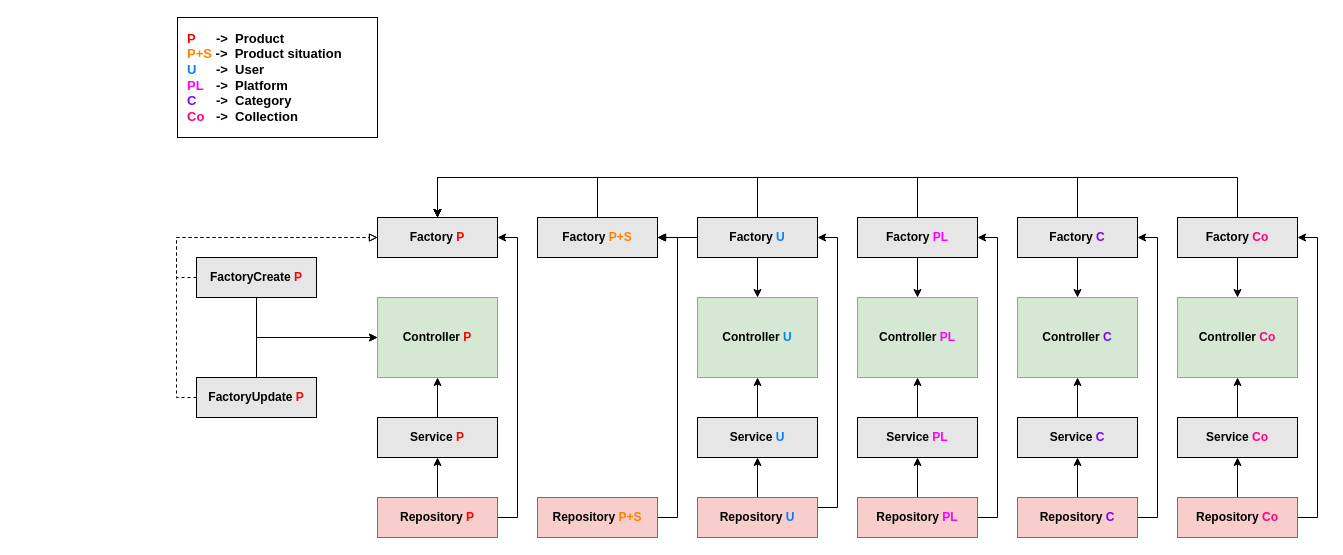
The draw.io diagram src/main/resources/warehouse.drawio in Rafael24595/java-warehouse-rest, before the edit. Source tidied: cells renumbered, new cells numbered last; positions are measured from the earlier drawing's top-left corner, leaving out a move shared by most shapes. Both pictures are drawn from the tidied source at 100%, with x=0, y=0 at pixel (176, 17).
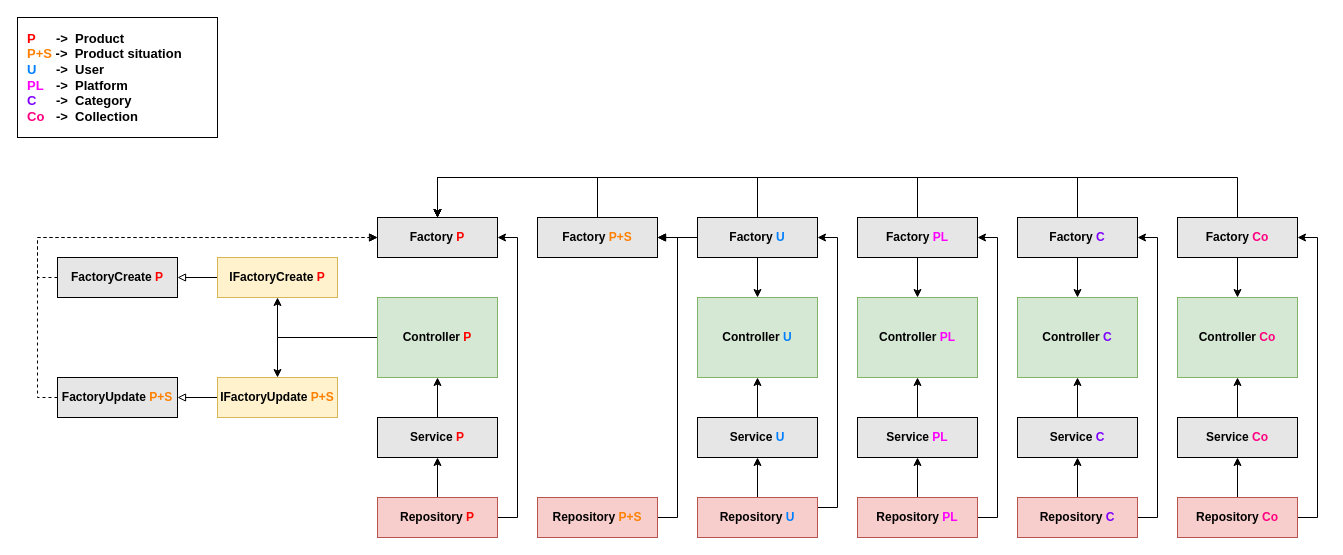
Above is the later version.

Unchanged cells that the change refers to:
```xml
<mxCell id="44" value="Factory &lt;font color=&quot;#ff0000&quot;&gt;P&lt;/font&gt;" style="rounded=0;whiteSpace=wrap;html=1;fontStyle=1;fillColor=#E6E6E6;" parent="1" vertex="1">
  <mxGeometry x="201" y="200" width="120" height="40" as="geometry" />
</mxCell>
<mxCell id="48" value="&lt;span style=&quot;&quot;&gt;Controller &lt;font style=&quot;font-size: 12px;&quot; color=&quot;#ff0000&quot;&gt;P&lt;/font&gt;&lt;/span&gt;" style="rounded=0;whiteSpace=wrap;html=1;fontStyle=1;shadow=0;glass=0;sketch=0;fillStyle=auto;fillColor=#d5e8d4;strokeColor=#82b366;" parent="1" vertex="1">
  <mxGeometry x="201" y="280" width="120" height="80" as="geometry" />
</mxCell>
```

The edit, as a diff of the source:
```diff
@@
     <mxCell id="16" value="&lt;font color=&quot;#ff0000&quot;&gt;P&lt;/font&gt; &lt;span style=&quot;white-space: pre;&quot;&gt;&#9;&lt;/span&gt;-&amp;gt;&amp;nbsp; Product&lt;br style=&quot;&quot;&gt;&lt;font color=&quot;#ff8000&quot;&gt;P+S&lt;/font&gt; -&amp;gt;&amp;nbsp; Product situation&lt;br style=&quot;&quot;&gt;&lt;font color=&quot;#007fff&quot;&gt;U&lt;/font&gt; &lt;span style=&quot;white-space: pre;&quot;&gt;&#9;&lt;/span&gt;-&amp;gt;&amp;nbsp; User&lt;br style=&quot;&quot;&gt;&lt;font color=&quot;#ff00ff&quot;&gt;PL&lt;/font&gt; &lt;span style=&quot;white-space: pre;&quot;&gt;&#9;&lt;/span&gt;-&amp;gt;&amp;nbsp; Platform&lt;br style=&quot;&quot;&gt;&lt;div style=&quot;&quot;&gt;&lt;span style=&quot;background-color: initial;&quot;&gt;&lt;font color=&quot;#7f00ff&quot;&gt;C&lt;/font&gt; &lt;span style=&quot;white-space: pre;&quot;&gt;&#9;&lt;/span&gt;-&amp;gt;&amp;nbsp; Category&lt;/span&gt;&lt;/div&gt;&lt;div style=&quot;&quot;&gt;&lt;span style=&quot;background-color: initial;&quot;&gt;&lt;font color=&quot;#ff0080&quot;&gt;Co&lt;/font&gt;&lt;span style=&quot;white-space: pre;&quot;&gt;&#9;&lt;/span&gt;-&amp;gt;&amp;nbsp; Collection&lt;/span&gt;&lt;/div&gt;" style="rounded=0;whiteSpace=wrap;html=1;fontSize=13;align=left;fontStyle=1;spacing=10;" parent="1" vertex="1">
-      <mxGeometry x="1" width="200" height="120" as="geometry" />
+      <mxGeometry x="-159" width="200" height="120" as="geometry" />
     </mxCell>
@@
-    <mxCell id="45" style="edgeStyle=orthogonalEdgeStyle;rounded=0;jettySize=auto;html=1;endArrow=classic;endFill=1;" parent="1" edge="1" source="47" target="48">
-      <mxGeometry relative="1" as="geometry">
-        <Array as="points">
-          <mxPoint x="80" y="320" />
-        </Array>
-      </mxGeometry>
-    </mxCell>
     <mxCell id="46" style="edgeStyle=orthogonalEdgeStyle;rounded=0;jettySize=auto;html=1;entryX=0;entryY=0.5;entryDx=0;entryDy=0;dashed=1;endArrow=block;endFill=0;" parent="1" edge="1" source="47" target="44">
       <mxGeometry relative="1" as="geometry">
         <Array as="points">
-          <mxPoint y="380" />
-          <mxPoint y="220" />
+          <mxPoint x="-139" y="380" />
+          <mxPoint x="-139" y="220" />
         </Array>
       </mxGeometry>
     </mxCell>
-    <mxCell id="47" value="FactoryUpdate&amp;nbsp;&lt;font color=&quot;#ff0000&quot;&gt;P&lt;/font&gt;" style="rounded=0;whiteSpace=wrap;html=1;fontStyle=1;fillColor=#E6E6E6;" parent="1" vertex="1">
-      <mxGeometry x="20" y="360" width="120" height="40" as="geometry" />
+    <mxCell id="47" value="FactoryUpdate&amp;nbsp;&lt;font color=&quot;#ff8000&quot;&gt;P+S&lt;/font&gt;" style="rounded=0;whiteSpace=wrap;html=1;fontStyle=1;fillColor=#E6E6E6;" parent="1" vertex="1">
+      <mxGeometry x="-119" y="360" width="120" height="40" as="geometry" />
     </mxCell>
+    <mxCell id="57" style="edgeStyle=orthogonalEdgeStyle;rounded=0;jettySize=auto;html=1;entryX=0.5;entryY=1;entryDx=0;entryDy=0;fontColor=#FF8000;" parent="1" edge="1" source="48" target="60">
+      <mxGeometry relative="1" as="geometry" />
+    </mxCell>
+    <mxCell id="58" style="edgeStyle=orthogonalEdgeStyle;rounded=0;jettySize=auto;html=1;entryX=0.5;entryY=0;entryDx=0;entryDy=0;fontColor=#FF8000;" parent="1" edge="1" source="48" target="62">
+      <mxGeometry relative="1" as="geometry" />
+    </mxCell>
@@
-    <mxCell id="54" style="edgeStyle=orthogonalEdgeStyle;rounded=0;jettySize=auto;html=1;entryX=0;entryY=0.5;entryDx=0;entryDy=0;endArrow=classic;endFill=1;" parent="1" edge="1" source="56" target="48">
-      <mxGeometry relative="1" as="geometry">
-        <Array as="points">
-          <mxPoint x="80" y="320" />
-        </Array>
-      </mxGeometry>
-    </mxCell>
-    <mxCell id="55" style="edgeStyle=orthogonalEdgeStyle;rounded=0;jettySize=auto;html=1;entryX=0;entryY=0.5;entryDx=0;entryDy=0;endArrow=block;endFill=0;dashed=1;" parent="1" edge="1" source="56" target="44">
+    <mxCell id="55" style="edgeStyle=orthogonalEdgeStyle;rounded=0;jettySize=auto;html=1;exitX=0;exitY=0.5;exitDx=0;exitDy=0;entryX=0;entryY=0.5;entryDx=0;entryDy=0;dashed=1;" parent="1" edge="1" source="56" target="44">
       <mxGeometry relative="1" as="geometry">
         <Array as="points">
-          <mxPoint y="260" />
-          <mxPoint y="220" />
+          <mxPoint x="-139" y="260" />
+          <mxPoint x="-139" y="220" />
         </Array>
       </mxGeometry>
     </mxCell>
     <mxCell id="56" value="FactoryCreate&amp;nbsp;&lt;font color=&quot;#ff0000&quot;&gt;P&lt;/font&gt;" style="rounded=0;whiteSpace=wrap;html=1;fontStyle=1;fillColor=#E6E6E6;" parent="1" vertex="1">
-      <mxGeometry x="20" y="240" width="120" height="40" as="geometry" />
+      <mxGeometry x="-119" y="240" width="120" height="40" as="geometry" />
     </mxCell>
+    <mxCell id="59" style="edgeStyle=orthogonalEdgeStyle;rounded=0;jettySize=auto;html=1;entryX=1;entryY=0.5;entryDx=0;entryDy=0;fontColor=#FF8000;endArrow=block;endFill=0;" parent="1" edge="1" source="60" target="56">
+      <mxGeometry relative="1" as="geometry" />
+    </mxCell>
+    <mxCell id="60" value="IFactoryCreate&amp;nbsp;&lt;font color=&quot;#ff0000&quot;&gt;P&lt;/font&gt;" style="rounded=0;whiteSpace=wrap;html=1;fontStyle=1;fillColor=#fff2cc;strokeColor=#d6b656;" parent="1" vertex="1">
+      <mxGeometry x="41" y="240" width="120" height="40" as="geometry" />
+    </mxCell>
+    <mxCell id="61" style="edgeStyle=orthogonalEdgeStyle;rounded=0;jettySize=auto;html=1;fontColor=#FF8000;endArrow=block;endFill=0;" parent="1" edge="1" source="62" target="47">
+      <mxGeometry relative="1" as="geometry" />
+    </mxCell>
+    <mxCell id="62" value="IFactoryUpdate&amp;nbsp;&lt;font color=&quot;#ff8000&quot;&gt;P+S&lt;/font&gt;" style="rounded=0;whiteSpace=wrap;html=1;fontStyle=1;fillColor=#fff2cc;strokeColor=#d6b656;" parent="1" vertex="1">
+      <mxGeometry x="41" y="360" width="120" height="40" as="geometry" />
+    </mxCell>
```
